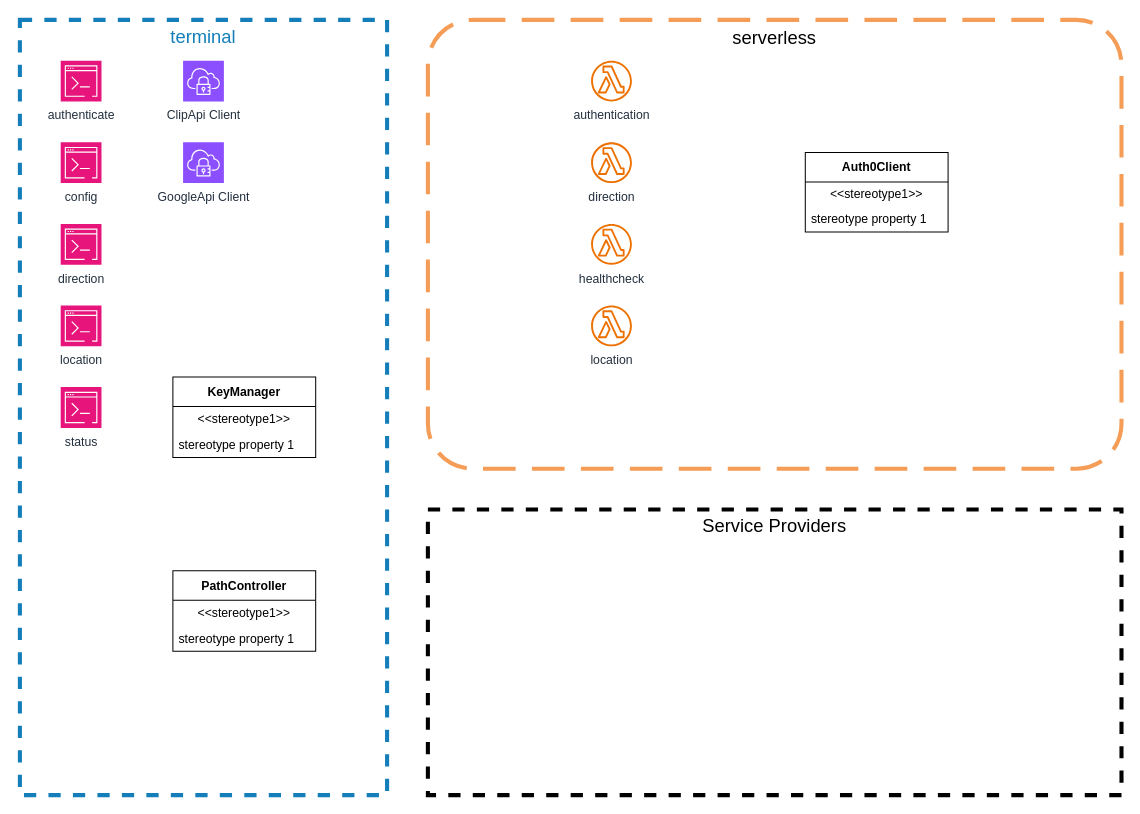
Above: docs/clip-overview.drawio in iosifv/cli-path (draw.io), before the change. Source tidied: cells renumbered, new cells numbered last; positions are measured from the earlier drawing's top-left corner, leaving out a move shared by most shapes. Both pictures are drawn from the tidied source at 102%, with x=0, y=0 at pixel (19, 19). Pictures stored in the file or linked from it are replaced by grey dashed boxes.
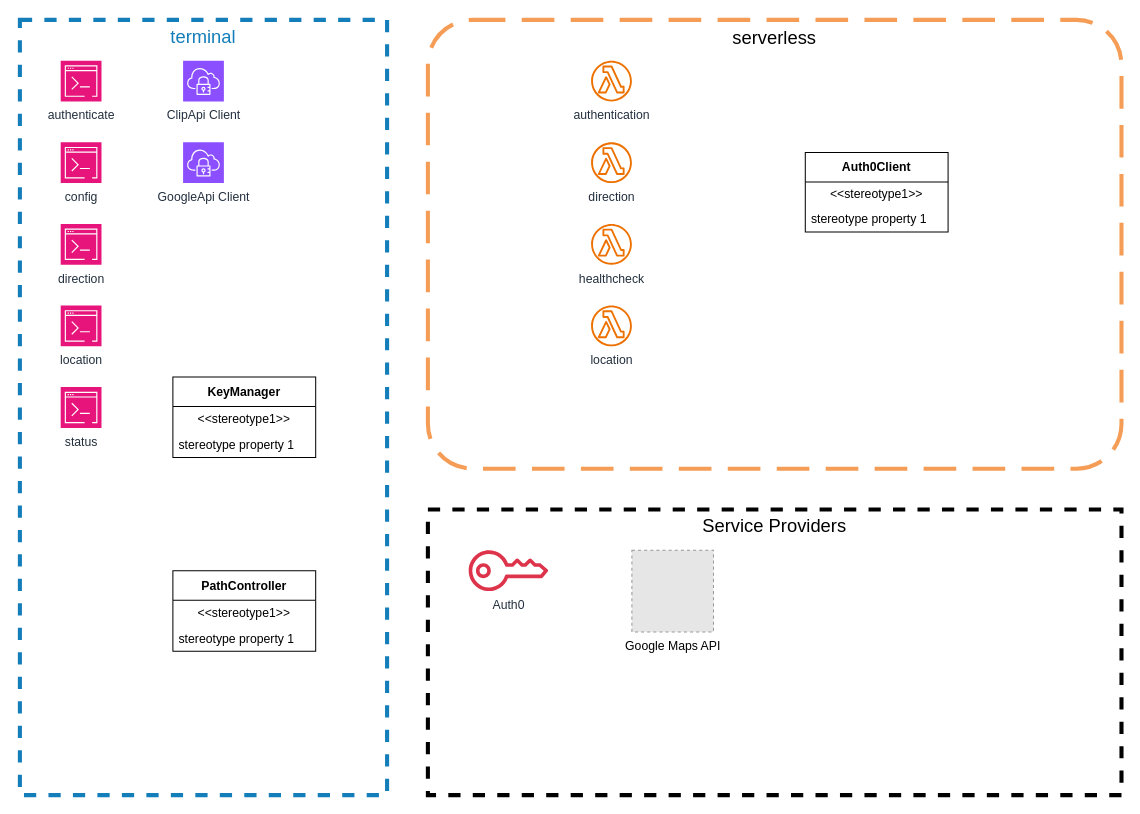
The same diagram, later.

The edit, as a diff of the source:
```diff
@@
+    <mxCell id="25" value="Auth0" style="sketch=0;fontColor=#232F3E;gradientColor=none;fillColor=#DD344C;strokeColor=none;dashed=0;verticalLabelPosition=bottom;verticalAlign=top;align=center;html=1;fontSize=12;fontStyle=0;shape=mxgraph.aws4.addon;" parent="1" vertex="1">
+      <mxGeometry x="440" y="520" width="78" height="40" as="geometry" />
+    </mxCell>
+    <mxCell id="26" value="&lt;div&gt;Google Maps API&lt;/div&gt;" style="fillColor=#E6E6E6;strokeColor=#999999;dashed=1;html=1;verticalAlign=top;verticalLabelPosition=bottom;labelBackgroundColor=#ffffff;" parent="1" vertex="1">
+      <mxGeometry x="600" y="520" width="80" height="80" as="geometry" />
+    </mxCell>
```
